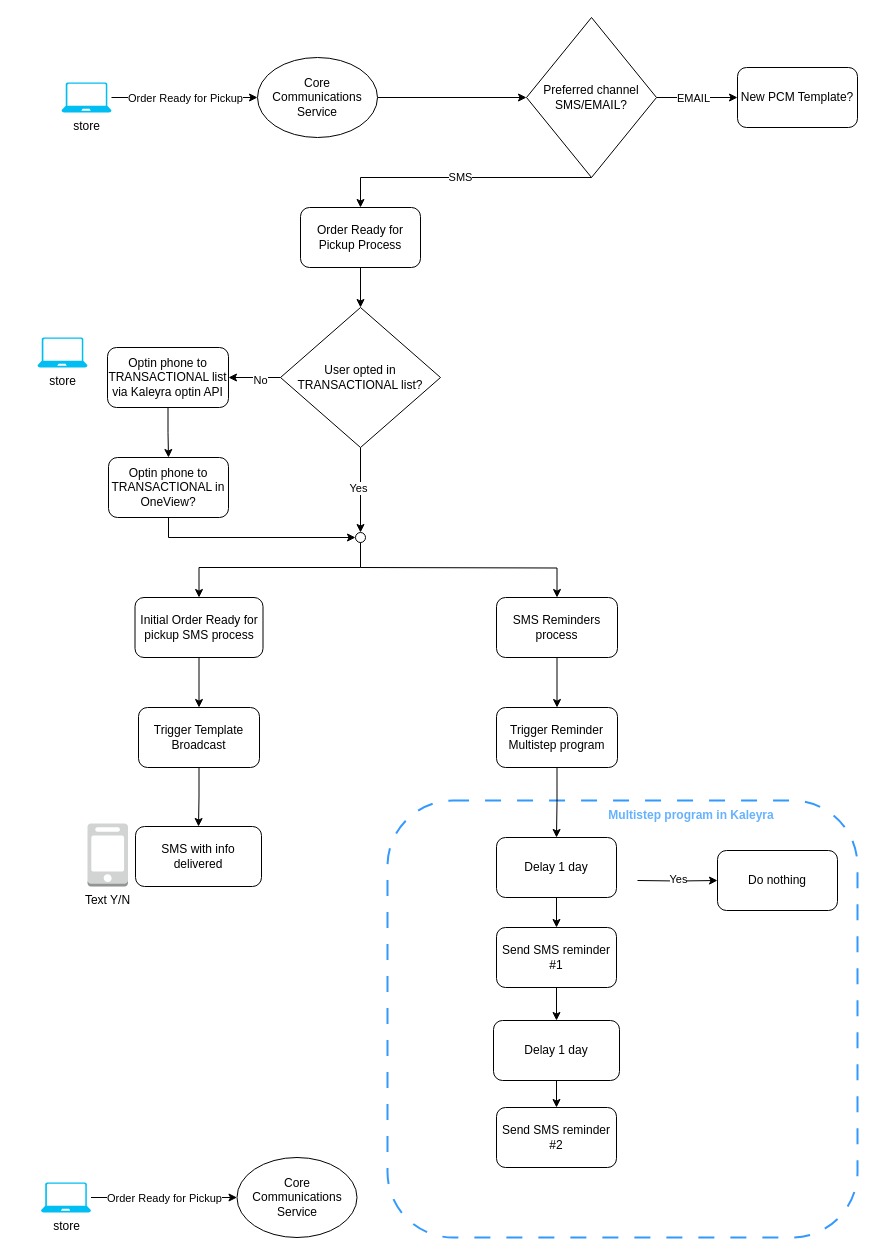
Before: drawings/Order Ready for Pickup.drawio in AarellanoH/draw_io, a draw.io diagram. Source tidied: cells renumbered, new cells numbered last; positions are measured from the earlier drawing's top-left corner, leaving out a move shared by most shapes. Both pictures are drawn from the tidied source at 100%, with x=0, y=0 at pixel (37, 17).
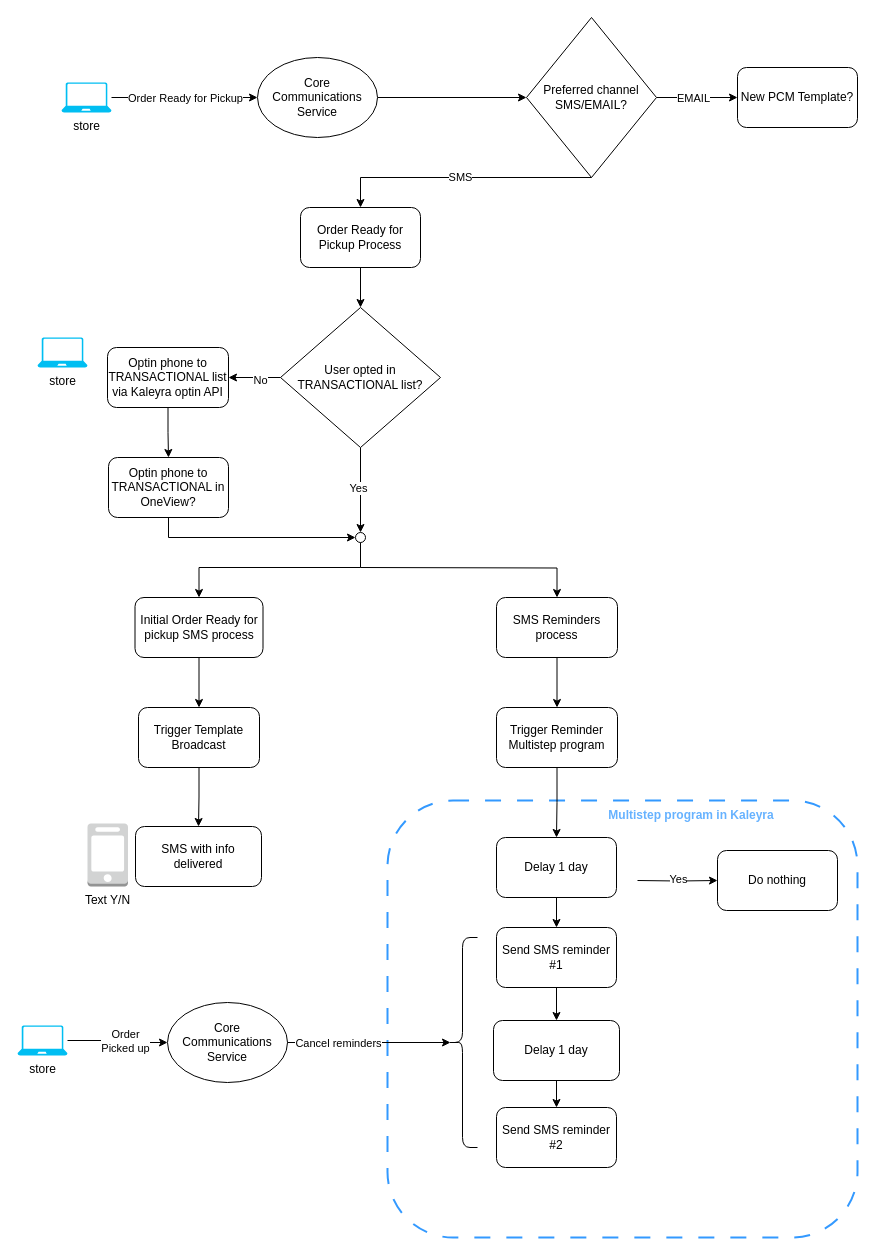
After the change.

Unchanged cells that the change refers to:
```xml
<mxCell id="50" style="edgeStyle=orthogonalEdgeStyle;rounded=0;jettySize=auto;html=1;entryX=0;entryY=0.5;entryDx=0;entryDy=0;" parent="1" edge="1" source="52" target="53">
  <mxGeometry relative="1" as="geometry" />
</mxCell>
```

Change to the diagram source:
```diff
@@
-    <mxCell id="51" value="Order Ready for Pickup" style="edgeLabel;html=1;align=center;verticalAlign=middle;" parent="50" vertex="1">
+    <mxCell id="51" value="Order&lt;br&gt;Picked up" style="edgeLabel;html=1;align=center;verticalAlign=middle;" parent="50" vertex="1">
       <mxGeometry x="-0.29" y="-3" relative="1" as="geometry">
         <mxPoint x="21" y="-3" as="offset" />
       </mxGeometry>
     </mxCell>
     <mxCell id="52" value="store" style="verticalLabelPosition=bottom;html=1;verticalAlign=top;align=center;strokeColor=none;fillColor=#00BEF2;shape=mxgraph.azure.laptop;" parent="1" vertex="1">
-      <mxGeometry x="3.5" y="1165" width="50" height="30" as="geometry" />
+      <mxGeometry x="-20" y="1008" width="50" height="30" as="geometry" />
     </mxCell>
     <mxCell id="53" value="Core Communications Service" style="ellipse;whiteSpace=wrap;html=1;" parent="1" vertex="1">
-      <mxGeometry x="199.5" y="1140" width="120" height="80" as="geometry" />
+      <mxGeometry x="130" y="985" width="120" height="80" as="geometry" />
     </mxCell>
+    <mxCell id="54" style="shape=curlyBracket;whiteSpace=wrap;html=1;rounded=1;labelPosition=left;verticalLabelPosition=middle;align=right;verticalAlign=middle;" parent="1" vertex="1">
+      <mxGeometry x="410" y="920" width="30" height="210" as="geometry" />
+    </mxCell>
+    <mxCell id="55" style="edgeStyle=orthogonalEdgeStyle;rounded=0;jettySize=auto;html=1;entryX=0.1;entryY=0.5;entryDx=0;entryDy=0;entryPerimeter=0;" parent="1" edge="1" source="53" target="54">
+      <mxGeometry relative="1" as="geometry" />
+    </mxCell>
+    <mxCell id="56" value="Cancel reminders" style="edgeLabel;html=1;align=center;verticalAlign=middle;" parent="55" vertex="1">
+      <mxGeometry x="-0.39" relative="1" as="geometry" />
+    </mxCell>
```
